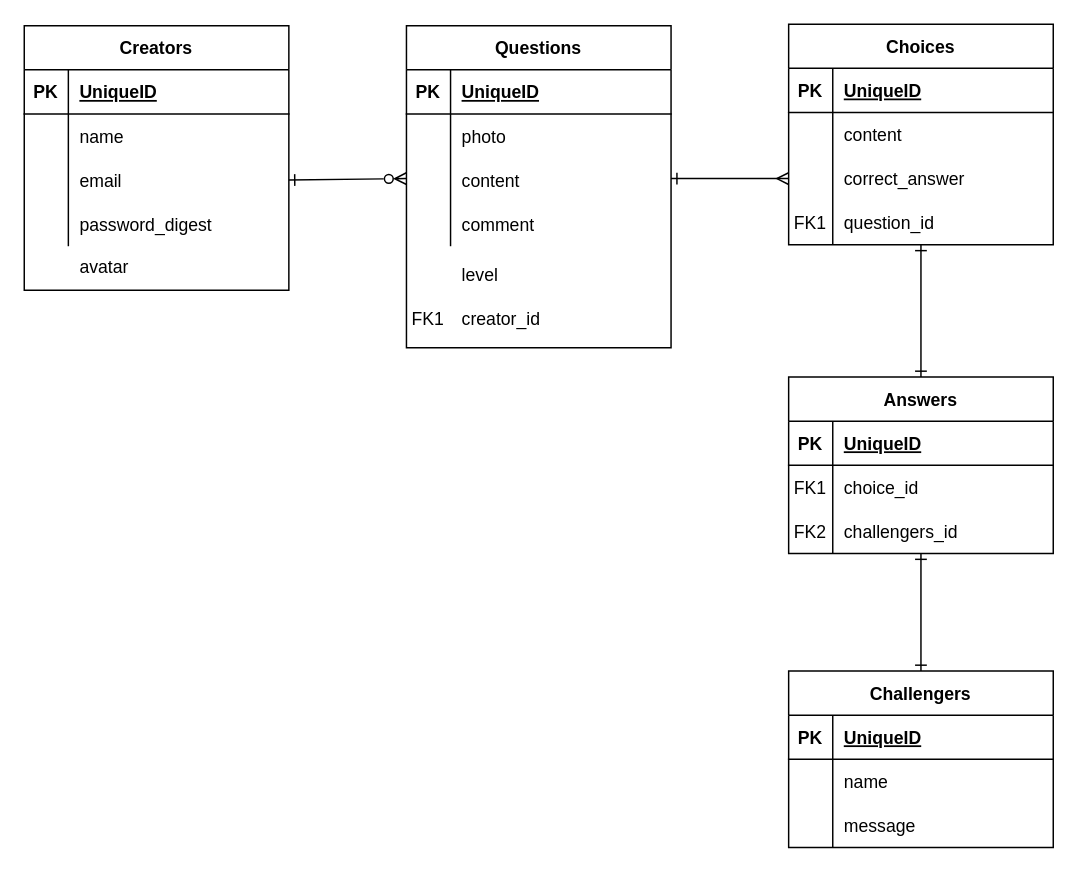
Before: ER.drawio in yamashita-a420/welcome_quiz, a draw.io diagram. Source tidied: cells renumbered, new cells numbered last; positions are measured from the earlier drawing's top-left corner, leaving out a move shared by most shapes. Both pictures are drawn from the tidied source at 147%, with x=0, y=0 at pixel (24, 24).
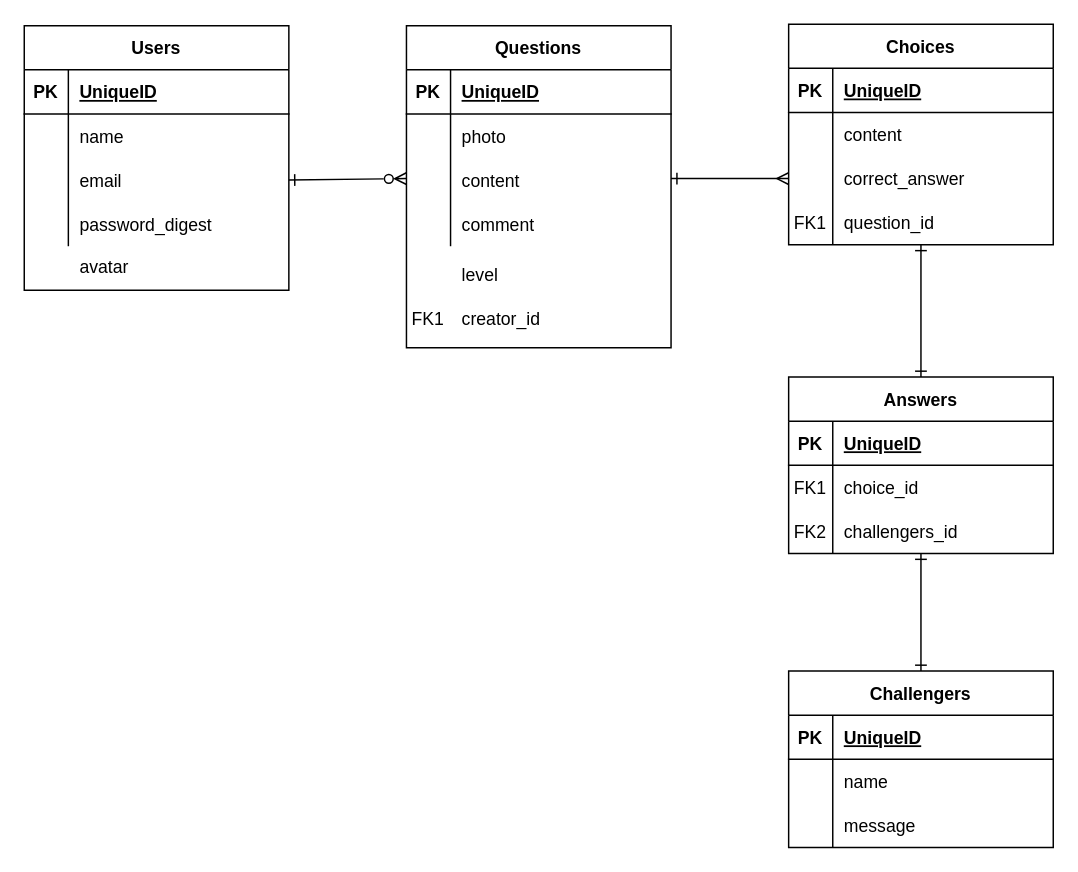
The same page after the edit.

Commit message:
[Update] ER図のCreatorテーブルをUserテーブルへ変更

The change refers to these unchanged cells:
```xml
<mxCell id="39" style="group;" parent="1" vertex="1">
  <mxGeometry y="1" width="180" height="180" as="geometry" />
</mxCell>
```

Change to the diagram source:
```diff
@@
-    <mxCell id="40" value="Creators" style="shape=table;startSize=30;childLayout=tableLayout;rowLines=0;fontStyle=1;align=center;" parent="39" vertex="1">
+    <mxCell id="40" value="Users" style="shape=table;startSize=30;childLayout=tableLayout;rowLines=0;fontStyle=1;align=center;" parent="39" vertex="1">
       <mxGeometry width="180" height="180" as="geometry" />
     </mxCell>
```
